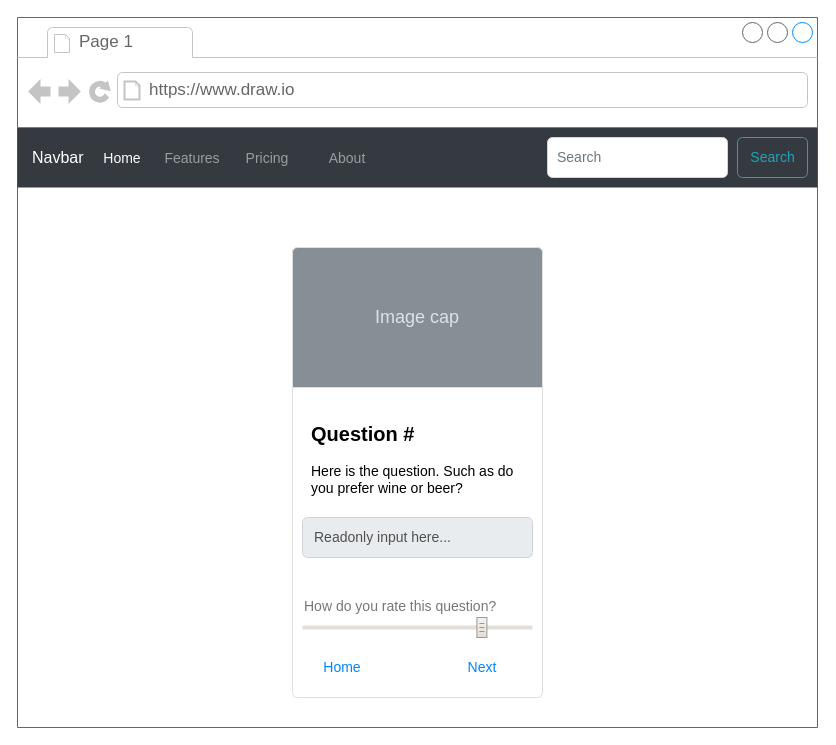
The draw.io diagram Untitled Diagram.drawio in yakomoga/TrendingQs, before the edit. Source tidied: cells renumbered, new cells numbered last; positions are measured from the earlier drawing's top-left corner, leaving out a move shared by most shapes. Both pictures are drawn from the tidied source at 100%, with x=0, y=0 at pixel (17, 17).
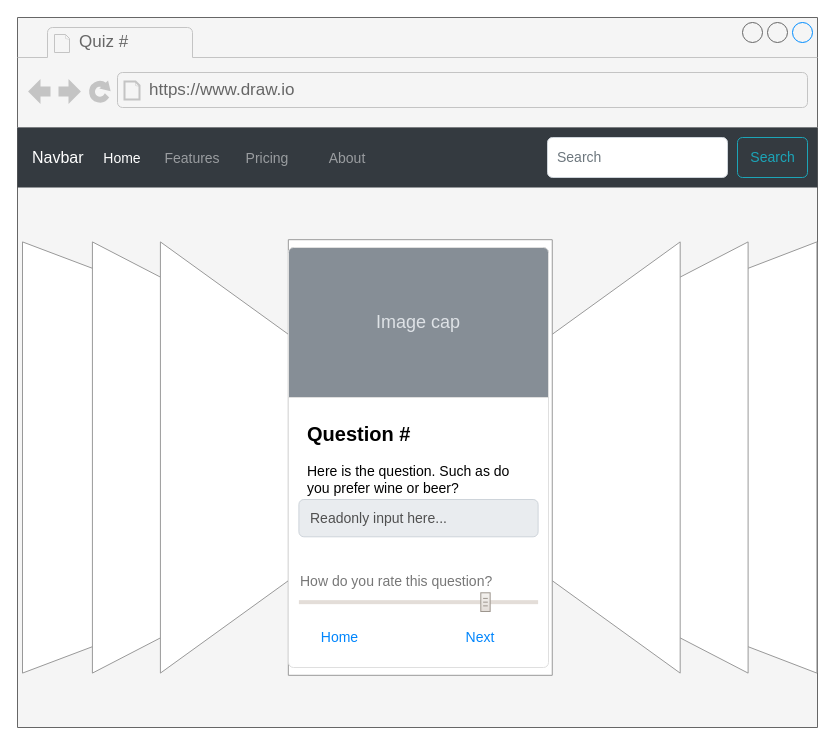
The same diagram, later.

Change to the diagram source:
```diff
@@
-    <mxCell id="2" style="strokeWidth=1;shadow=0;dashed=0;align=center;html=1;shape=mxgraph.mockup.containers.browserWindow;rSize=0;strokeColor=#666666;strokeColor2=#008cff;strokeColor3=#c4c4c4;mainText=,;" parent="1" vertex="1">
+    <mxCell id="2" style="strokeWidth=1;shadow=0;dashed=0;align=center;html=1;shape=mxgraph.mockup.containers.browserWindow;rSize=0;strokeColor=#666666;strokeColor2=#008cff;strokeColor3=#c4c4c4;mainText=,;fillColor=#f5f5f5;fontColor=#333333;" parent="1" vertex="1">
       <mxGeometry width="800" height="710" as="geometry" />
     </mxCell>
-    <mxCell id="3" value="Page 1" style="strokeWidth=1;shadow=0;dashed=0;align=center;html=1;shape=mxgraph.mockup.containers.anchor;fontSize=17;fontColor=#666666;align=left;" parent="2" vertex="1">
+    <mxCell id="3" value="Quiz #" style="strokeWidth=1;shadow=0;dashed=0;align=center;html=1;shape=mxgraph.mockup.containers.anchor;fontSize=17;fontColor=#666666;align=left;" parent="2" vertex="1">
       <mxGeometry x="60" y="12" width="110" height="26" as="geometry" />
     </mxCell>
@@
-    <mxCell id="12" style="html=1;shadow=0;dashed=0;shape=mxgraph.bootstrap.rrect;rSize=5;strokeColor=#DFDFDF;html=1;whiteSpace=wrap;fillColor=#ffffff;fontColor=#000000;verticalAlign=bottom;align=left;spacing=20;spacingBottom=130;fontSize=14;" parent="2" vertex="1">
-      <mxGeometry x="275" y="230" width="250" height="450" as="geometry" />
-    </mxCell>
+    <mxCell id="19" style="verticalLabelPosition=bottom;shadow=0;dashed=0;align=center;html=1;verticalAlign=top;strokeWidth=1;shape=mxgraph.mockup.navigation.coverFlow;strokeColor=#999999;" parent="1" vertex="1">
+      <mxGeometry x="1" y="220" width="800" height="440" as="geometry" />
+    </mxCell>
+    <mxCell id="20" style="html=1;shadow=0;dashed=0;shape=mxgraph.bootstrap.rrect;rSize=5;strokeColor=#DFDFDF;html=1;whiteSpace=wrap;fillColor=#ffffff;fontColor=#000000;verticalAlign=bottom;align=left;spacing=20;spacingBottom=130;fontSize=14;" parent="1" vertex="1">
+      <mxGeometry x="271" y="230" width="260" height="420" as="geometry" />
+    </mxCell>
-    <mxCell id="13" value="Image cap" style="html=1;shadow=0;dashed=0;shape=mxgraph.bootstrap.topButton;rSize=5;perimeter=none;whiteSpace=wrap;fillColor=#868E96;strokeColor=#DFDFDF;fontColor=#DEE2E6;fontSize=18;" parent="12" vertex="1">
-      <mxGeometry width="250" height="140" relative="1" as="geometry" />
+    <mxCell id="13" value="Image cap" style="html=1;shadow=0;dashed=0;shape=mxgraph.bootstrap.topButton;rSize=5;perimeter=none;whiteSpace=wrap;fillColor=#868E96;strokeColor=#DFDFDF;fontColor=#DEE2E6;fontSize=18;" parent="20" vertex="1">
+      <mxGeometry width="260" height="150" relative="1" as="geometry" />
     </mxCell>
-    <mxCell id="14" value="&lt;b&gt;&lt;font style=&quot;font-size: 20px&quot;&gt;Question #&lt;/font&gt;&lt;/b&gt;&lt;br style=&quot;font-size: 14px&quot;&gt;&lt;br style=&quot;font-size: 14px&quot;&gt;Here is the question. Such as do you prefer wine or beer?" style="perimeter=none;html=1;whiteSpace=wrap;fillColor=none;strokeColor=none;verticalAlign=top;align=left;spacing=20;spacingTop=-10;fontSize=14;" parent="12" vertex="1">
-      <mxGeometry width="250" height="120" relative="1" as="geometry">
+    <mxCell id="14" value="&lt;b&gt;&lt;font style=&quot;font-size: 20px&quot;&gt;Question #&lt;/font&gt;&lt;/b&gt;&lt;br style=&quot;font-size: 14px&quot;&gt;&lt;br style=&quot;font-size: 14px&quot;&gt;Here is the question. Such as do you prefer wine or beer?" style="perimeter=none;html=1;whiteSpace=wrap;fillColor=none;strokeColor=none;verticalAlign=top;align=left;spacing=20;spacingTop=-10;fontSize=14;" parent="20" vertex="1">
+      <mxGeometry width="260" height="120" relative="1" as="geometry">
         <mxPoint x="-1" y="160" as="offset" />
       </mxGeometry>
     </mxCell>
-    <mxCell id="15" value="Home" style="html=1;shadow=0;dashed=0;shape=mxgraph.bootstrap.rrect;rSize=5;perimeter=none;whiteSpace=wrap;fillColor=none;strokeColor=none;fontColor=#0085FC;fontSize=14;align=center;" parent="12" vertex="1">
-      <mxGeometry y="1" width="80" height="40" relative="1" as="geometry">
+    <mxCell id="15" value="Home" style="html=1;shadow=0;dashed=0;shape=mxgraph.bootstrap.rrect;rSize=5;perimeter=none;whiteSpace=wrap;fillColor=none;strokeColor=none;fontColor=#0085FC;fontSize=14;align=center;" parent="20" vertex="1">
+      <mxGeometry y="1" width="83.2" height="40" relative="1" as="geometry">
         <mxPoint x="10" y="-50" as="offset" />
       </mxGeometry>
     </mxCell>
-    <mxCell id="16" value="Next" style="html=1;shadow=0;dashed=0;shape=mxgraph.bootstrap.rrect;rSize=5;perimeter=none;whiteSpace=wrap;fillColor=none;strokeColor=none;fontColor=#0085FC;fontSize=14;align=center;" parent="12" vertex="1">
-      <mxGeometry y="1" width="100" height="40" relative="1" as="geometry">
+    <mxCell id="16" value="Next" style="html=1;shadow=0;dashed=0;shape=mxgraph.bootstrap.rrect;rSize=5;perimeter=none;whiteSpace=wrap;fillColor=none;strokeColor=none;fontColor=#0085FC;fontSize=14;align=center;" parent="20" vertex="1">
+      <mxGeometry y="1" width="104" height="40" relative="1" as="geometry">
         <mxPoint x="140" y="-50" as="offset" />
       </mxGeometry>
     </mxCell>
-    <mxCell id="17" value="How do you rate this question?" style="html=1;shadow=0;dashed=0;shape=mxgraph.bootstrap.rangeInput;dx=0.78;strokeColor=#9D968E;fillColor=#E3DDD8;fontColor=#777777;whiteSpace=wrap;align=left;verticalAlign=bottom;fontStyle=0;fontSize=14;labelPosition=center;verticalLabelPosition=top;gradientColor=#F4F2EF;gradientDirection=north;rangeStyle=rect;handleStyle=rect;" parent="12" vertex="1">
-      <mxGeometry x="10" y="370" width="230" height="20" as="geometry" />
+    <mxCell id="17" value="How do you rate this question?" style="html=1;shadow=0;dashed=0;shape=mxgraph.bootstrap.rangeInput;dx=0.78;strokeColor=#9D968E;fillColor=#E3DDD8;fontColor=#777777;whiteSpace=wrap;align=left;verticalAlign=bottom;fontStyle=0;fontSize=14;labelPosition=center;verticalLabelPosition=top;gradientColor=#F4F2EF;gradientDirection=north;rangeStyle=rect;handleStyle=rect;" parent="20" vertex="1">
+      <mxGeometry x="10.4" y="345.3" width="239.2" height="18.7" as="geometry" />
     </mxCell>
-    <mxCell id="18" value="Readonly input here..." style="html=1;shadow=0;dashed=0;shape=mxgraph.bootstrap.rrect;rSize=5;strokeColor=#CED4DA;strokeWidth=1;fillColor=#E9ECEF;fontColor=#505050;whiteSpace=wrap;align=left;verticalAlign=middle;spacingLeft=10;fontSize=14;" parent="12" vertex="1">
-      <mxGeometry x="10" y="270" width="230" height="40" as="geometry" />
+    <mxCell id="18" value="Readonly input here..." style="html=1;shadow=0;dashed=0;shape=mxgraph.bootstrap.rrect;rSize=5;strokeColor=#CED4DA;strokeWidth=1;fillColor=#E9ECEF;fontColor=#505050;whiteSpace=wrap;align=left;verticalAlign=middle;spacingLeft=10;fontSize=14;" parent="20" vertex="1">
+      <mxGeometry x="10.4" y="252" width="239.2" height="37.3" as="geometry" />
     </mxCell>
```
